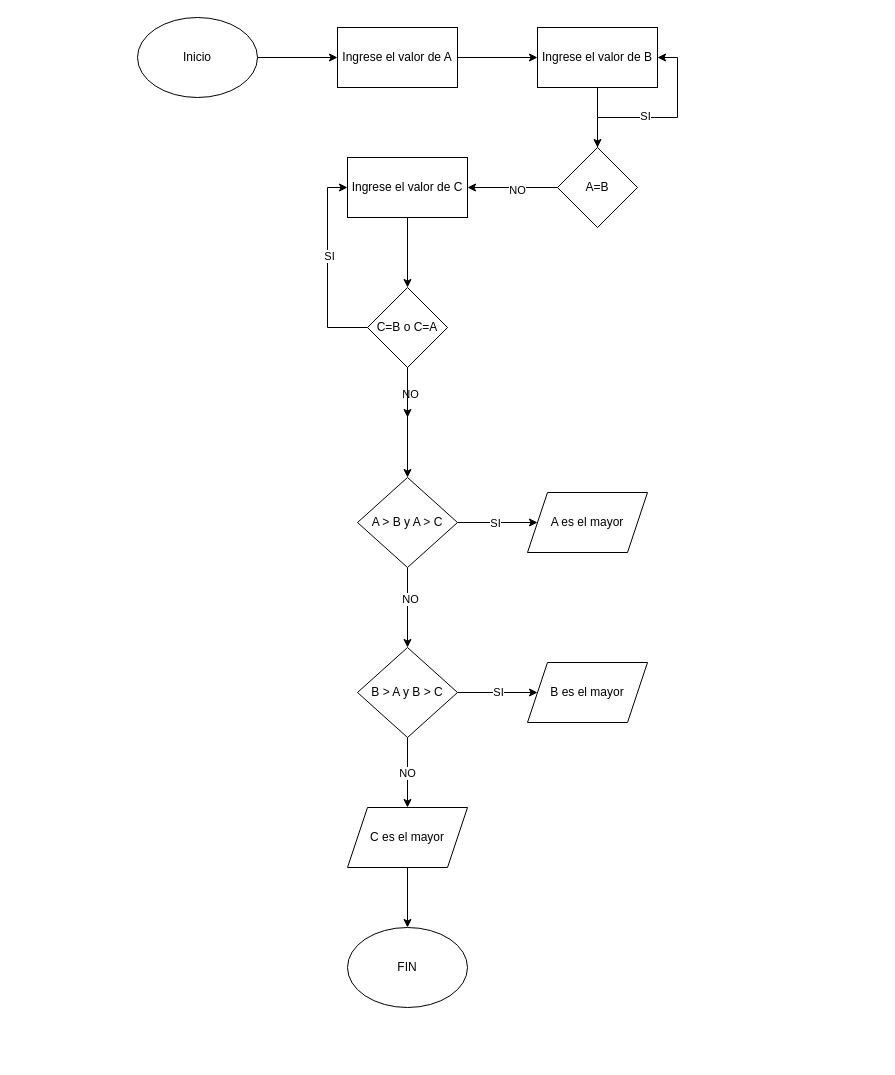
Before: Diagrama sin título.drawio in eduvina691/Programacion2025, a draw.io diagram. Source tidied: cells renumbered, new cells numbered last; positions are measured from the earlier drawing's top-left corner, leaving out a move shared by most shapes. Both pictures are drawn from the tidied source at 100%, with x=0, y=0 at pixel (137, 17).
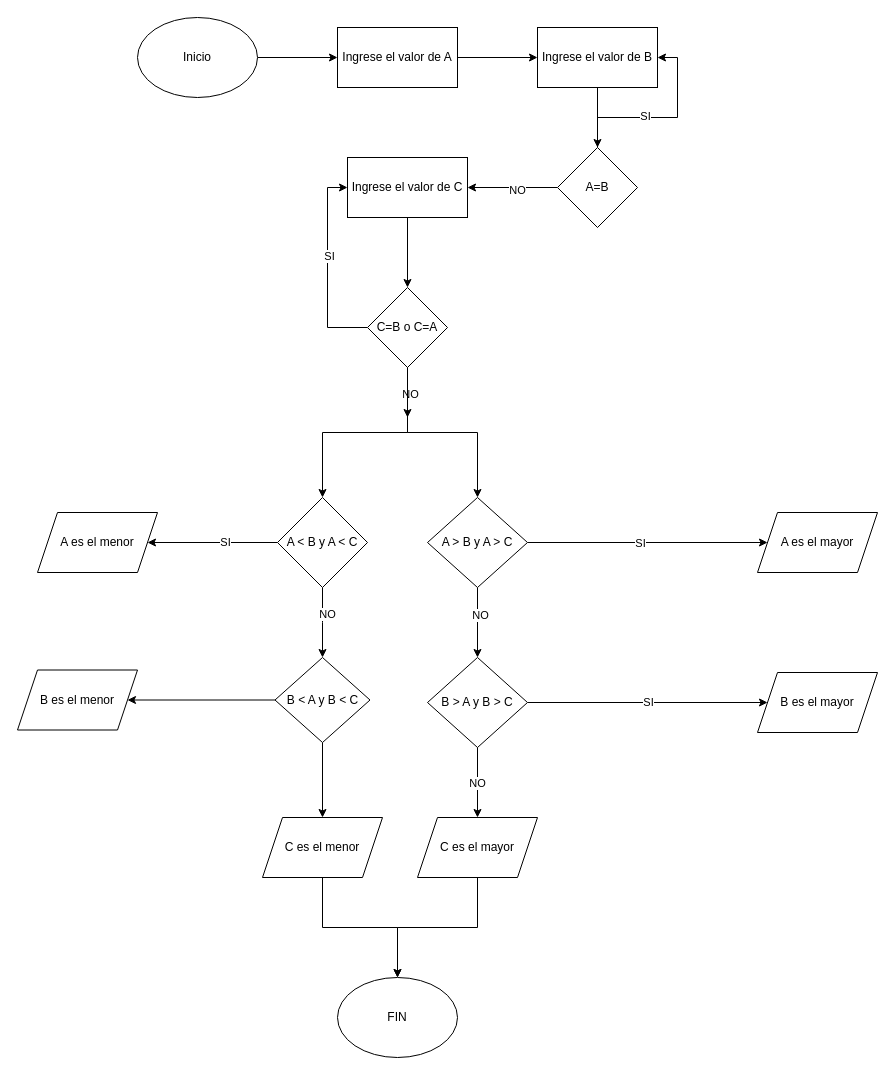
After the change.

Unchanged cells that the change refers to:
```xml
<mxCell id="22" value="C=B o C=A" style="rhombus;whiteSpace=wrap;html=1;" parent="1" vertex="1">
  <mxGeometry x="230" y="270" width="80" height="80" as="geometry" />
</mxCell>
```

The edit, as a diff of the source:
```diff
@@
     <mxCell id="4" value="FIN" style="ellipse;whiteSpace=wrap;html=1;" parent="1" vertex="1">
-      <mxGeometry x="210" y="910" width="120" height="80" as="geometry" />
+      <mxGeometry x="200" y="960" width="120" height="80" as="geometry" />
     </mxCell>
@@
+    <mxCell id="37" style="edgeStyle=orthogonalEdgeStyle;rounded=0;jettySize=auto;html=1;" parent="1" edge="1" source="22" target="42">
+      <mxGeometry relative="1" as="geometry" />
+    </mxCell>
@@
     <mxCell id="27" value="A &amp;gt; B y A &amp;gt; C" style="rhombus;whiteSpace=wrap;html=1;" parent="1" vertex="1">
-      <mxGeometry x="220" y="460" width="100" height="90" as="geometry" />
+      <mxGeometry x="290" y="480" width="100" height="90" as="geometry" />
     </mxCell>
     <mxCell id="28" value="A es el mayor" style="shape=parallelogram;perimeter=parallelogramPerimeter;whiteSpace=wrap;html=1;fixedSize=1;" parent="1" vertex="1">
-      <mxGeometry x="390" y="475" width="120" height="60" as="geometry" />
+      <mxGeometry x="620" y="495" width="120" height="60" as="geometry" />
     </mxCell>
@@
     <mxCell id="31" value="B &amp;gt; A y B &amp;gt; C" style="rhombus;whiteSpace=wrap;html=1;" parent="1" vertex="1">
-      <mxGeometry x="220" y="630" width="100" height="90" as="geometry" />
+      <mxGeometry x="290" y="640" width="100" height="90" as="geometry" />
     </mxCell>
     <mxCell id="32" value="B es el mayor" style="shape=parallelogram;perimeter=parallelogramPerimeter;whiteSpace=wrap;html=1;fixedSize=1;" parent="1" vertex="1">
-      <mxGeometry x="390" y="645" width="120" height="60" as="geometry" />
+      <mxGeometry x="620" y="655" width="120" height="60" as="geometry" />
     </mxCell>
     <mxCell id="33" value="C es el mayor" style="shape=parallelogram;perimeter=parallelogramPerimeter;whiteSpace=wrap;html=1;fixedSize=1;" parent="1" vertex="1">
-      <mxGeometry x="210" y="790" width="120" height="60" as="geometry" />
+      <mxGeometry x="280" y="800" width="120" height="60" as="geometry" />
     </mxCell>
@@
     <mxCell id="36" style="endArrow=classic;html=1;rounded=0;exitX=0.5;exitY=1;exitDx=0;exitDy=0;entryX=0.5;entryY=0;entryDx=0;entryDy=0;" parent="1" edge="1" source="33" target="4">
-      <mxGeometry relative="1" as="geometry" />
+      <mxGeometry relative="1" as="geometry">
+        <Array as="points">
+          <mxPoint x="340" y="910" />
+          <mxPoint x="260" y="910" />
+        </Array>
+      </mxGeometry>
     </mxCell>
+    <mxCell id="38" style="edgeStyle=orthogonalEdgeStyle;rounded=0;jettySize=auto;html=1;exitX=0;exitY=0.5;exitDx=0;exitDy=0;entryX=1;entryY=0.5;entryDx=0;entryDy=0;" parent="1" edge="1" source="42" target="43">
+      <mxGeometry relative="1" as="geometry" />
+    </mxCell>
+    <mxCell id="39" value="SI" style="edgeLabel;html=1;align=center;verticalAlign=middle;" parent="38" vertex="1">
+      <mxGeometry x="-0.18" y="-1" relative="1" as="geometry" />
+    </mxCell>
+    <mxCell id="40" style="edgeStyle=orthogonalEdgeStyle;rounded=0;jettySize=auto;html=1;exitX=0.5;exitY=1;exitDx=0;exitDy=0;" parent="1" edge="1" source="42">
+      <mxGeometry relative="1" as="geometry">
+        <mxPoint x="185" y="640" as="targetPoint" />
+      </mxGeometry>
+    </mxCell>
+    <mxCell id="41" value="NO" style="edgeLabel;html=1;align=center;verticalAlign=middle;" parent="40" vertex="1">
+      <mxGeometry x="-0.26" y="4" relative="1" as="geometry" />
+    </mxCell>
+    <mxCell id="42" value="A &amp;lt; B y A &amp;lt; C" style="rhombus;whiteSpace=wrap;html=1;" parent="1" vertex="1">
+      <mxGeometry x="140" y="480" width="90" height="90" as="geometry" />
+    </mxCell>
+    <mxCell id="43" value="A es el menor" style="shape=parallelogram;perimeter=parallelogramPerimeter;whiteSpace=wrap;html=1;fixedSize=1;" parent="1" vertex="1">
+      <mxGeometry x="-100" y="495" width="120" height="60" as="geometry" />
+    </mxCell>
+    <mxCell id="44" style="edgeStyle=orthogonalEdgeStyle;rounded=0;jettySize=auto;html=1;exitX=0;exitY=0.5;exitDx=0;exitDy=0;entryX=1;entryY=0.5;entryDx=0;entryDy=0;" parent="1" edge="1" source="46" target="47">
+      <mxGeometry relative="1" as="geometry" />
+    </mxCell>
+    <mxCell id="45" style="edgeStyle=orthogonalEdgeStyle;rounded=0;jettySize=auto;html=1;exitX=0.5;exitY=1;exitDx=0;exitDy=0;entryX=0.5;entryY=0;entryDx=0;entryDy=0;" parent="1" edge="1" source="46" target="49">
+      <mxGeometry relative="1" as="geometry" />
+    </mxCell>
+    <mxCell id="46" value="B &amp;lt; A y B &amp;lt; C" style="rhombus;whiteSpace=wrap;html=1;" parent="1" vertex="1">
+      <mxGeometry x="137.5" y="640" width="95" height="85" as="geometry" />
+    </mxCell>
+    <mxCell id="47" value="B es el menor" style="shape=parallelogram;perimeter=parallelogramPerimeter;whiteSpace=wrap;html=1;fixedSize=1;" parent="1" vertex="1">
+      <mxGeometry x="-120" y="652.5" width="120" height="60" as="geometry" />
+    </mxCell>
+    <mxCell id="48" style="edgeStyle=orthogonalEdgeStyle;rounded=0;jettySize=auto;html=1;exitX=0.5;exitY=1;exitDx=0;exitDy=0;entryX=0.5;entryY=0;entryDx=0;entryDy=0;" parent="1" edge="1" source="49" target="4">
+      <mxGeometry relative="1" as="geometry" />
+    </mxCell>
+    <mxCell id="49" value="C es el menor" style="shape=parallelogram;perimeter=parallelogramPerimeter;whiteSpace=wrap;html=1;fixedSize=1;" parent="1" vertex="1">
+      <mxGeometry x="125" y="800" width="120" height="60" as="geometry" />
+    </mxCell>
```
